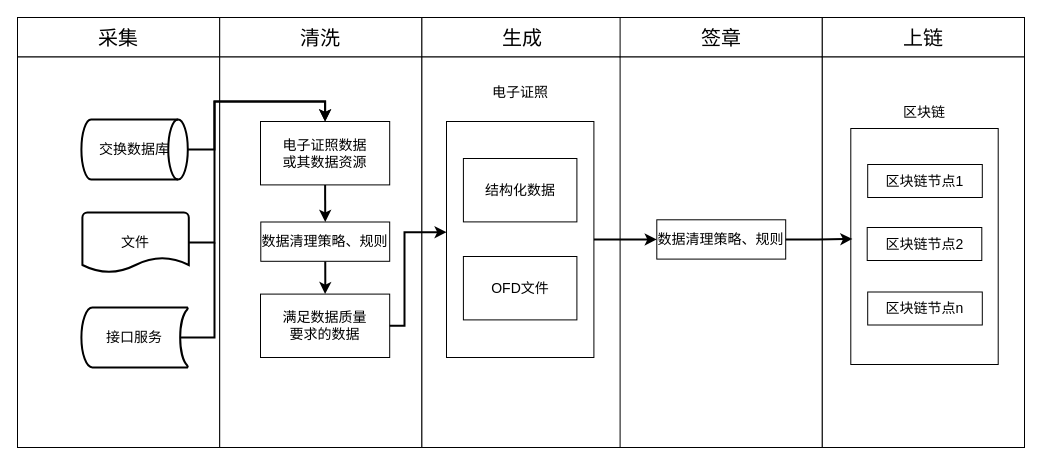
ForLina/sxc_contract keeps this draw.io diagram as 电子证照.drawio. Above is the earlier version. Source tidied: cells renumbered, new cells numbered last; positions are measured from the earlier drawing's top-left corner, leaving out a move shared by most shapes. Both pictures are drawn from the tidied source at 100%, with x=0, y=0 at pixel (17, 17).
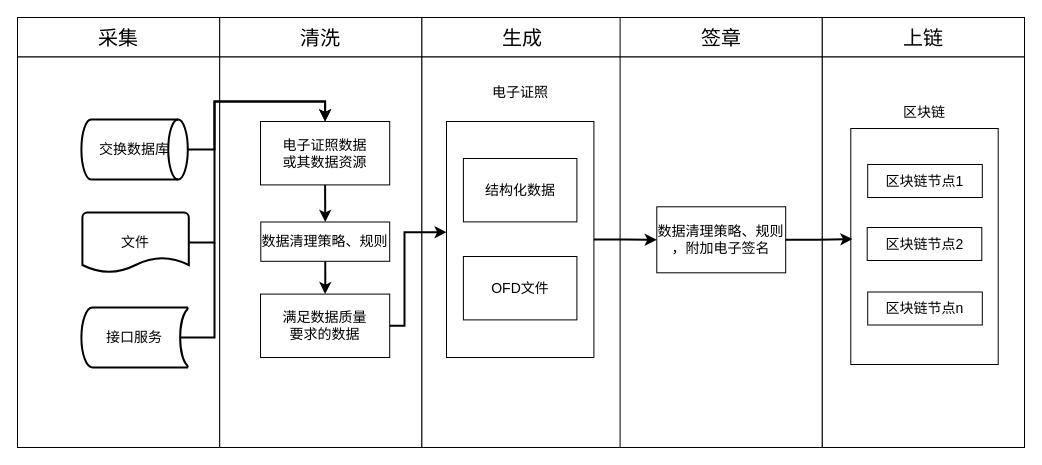
After the change.

Commit message:
更新电子证照.drawio

The change refers to these unchanged cells:
```xml
<mxCell id="26" style="group;fontSize=16;whiteSpace=wrap;" parent="2" vertex="1">
  <mxGeometry x="602.6" width="202.2" height="430" as="geometry" />
</mxCell>
```

The edit, as a diff of the source:
```diff
@@
-    <mxCell id="29" value="&lt;span style=&quot;font-size: 14px;&quot;&gt;数据清理策略、规则&lt;/span&gt;" style="rounded=0;whiteSpace=wrap;html=1;fontSize=14;" parent="26" vertex="1">
-      <mxGeometry x="36.7" y="202.3" width="128.9" height="39.3" as="geometry" />
+    <mxCell id="29" value="&lt;span style=&quot;font-size: 14px;&quot;&gt;数据清理策略、规则 ，附加电子签名&lt;/span&gt;" style="rounded=0;whiteSpace=wrap;html=1;fontSize=14;" parent="26" vertex="1">
+      <mxGeometry x="36.7" y="189.3" width="128.9" height="66" as="geometry" />
     </mxCell>
```
